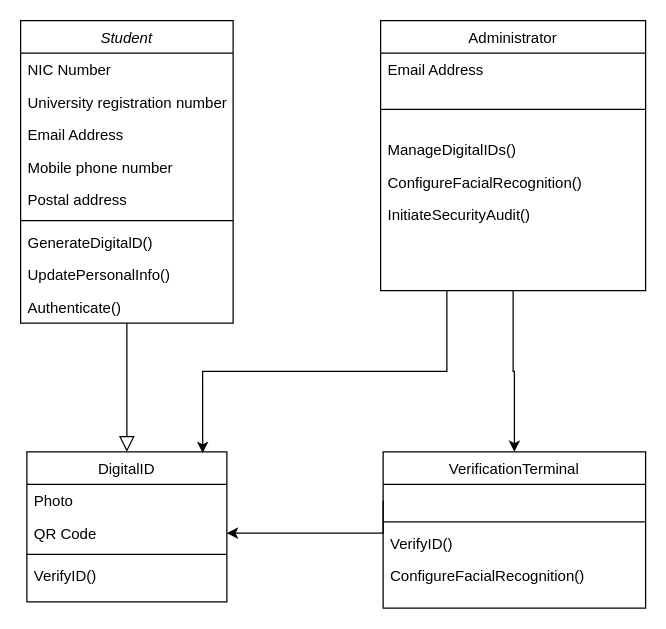
Above: Class Diagram.drawio in lahirub99/Computer-Security-CA (draw.io), before the change. Source tidied: cells renumbered, new cells numbered last; positions are measured from the earlier drawing's top-left corner, leaving out a move shared by most shapes. Both pictures are drawn from the tidied source at 125%, with x=0, y=0 at pixel (20, 20).
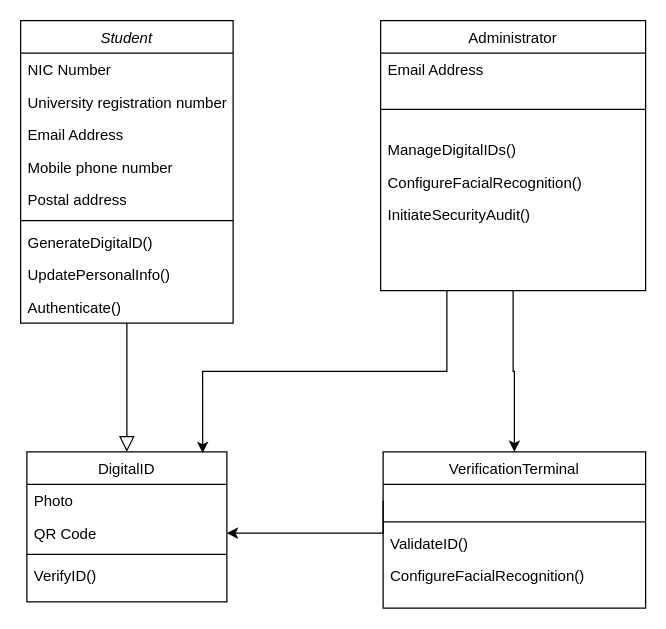
After the change.

Unchanged cells that the change refers to:
```xml
<mxCell id="25" value="VerificationTerminal" style="swimlane;fontStyle=0;align=center;verticalAlign=top;horizontal=1;startSize=26;rounded=0;shadow=0;strokeWidth=1;" parent="1" vertex="1">
  <mxGeometry x="290" y="345" width="210" height="125" as="geometry" />
</mxCell>
```

The edit, as a diff of the source:
```diff
@@
-    <mxCell id="28" value="VerifyID()" style="text;align=left;verticalAlign=top;spacingLeft=4;spacingRight=4;overflow=hidden;fontStyle=0;" parent="25" vertex="1">
+    <mxCell id="28" value="ValidateID()" style="text;align=left;verticalAlign=top;spacingLeft=4;spacingRight=4;overflow=hidden;fontStyle=0;" parent="25" vertex="1">
       <mxGeometry y="60" width="210" height="26" as="geometry" />
     </mxCell>
```
